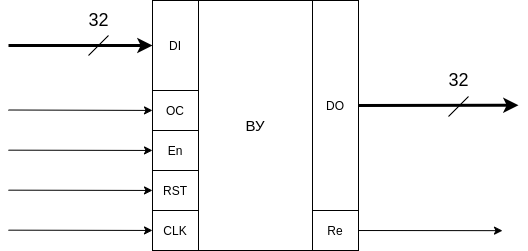
denilai/Latex keeps this draw.io diagram as Работы/Automata theory/images/course_interface.png. Above is the earlier version. Source tidied: cells renumbered, new cells last; positions are measured from the earlier drawing's top-left corner, leaving out a move shared by most shapes. Source of this version:
```xml
<mxGraphModel>
  <root>
    <mxCell id="0" />
    <mxCell id="1" parent="0" />
    <mxCell id="2" value="&lt;font style=&quot;font-size: 15px&quot;&gt;ВУ&lt;/font&gt;" style="rounded=0;whiteSpace=wrap;html=1;strokeWidth=1;" parent="1" vertex="1">
      <mxGeometry x="144" width="206" height="250" as="geometry" />
    </mxCell>
    <mxCell id="3" value="DI" style="rounded=0;whiteSpace=wrap;html=1;strokeWidth=1;" parent="1" vertex="1">
      <mxGeometry x="144" width="46" height="90" as="geometry" />
    </mxCell>
    <mxCell id="4" value="OC" style="rounded=0;whiteSpace=wrap;html=1;strokeWidth=1;" parent="1" vertex="1">
      <mxGeometry x="144" y="90" width="46" height="40" as="geometry" />
    </mxCell>
    <mxCell id="5" value="En" style="rounded=0;whiteSpace=wrap;html=1;strokeWidth=1;" parent="1" vertex="1">
      <mxGeometry x="144" y="130" width="46" height="40" as="geometry" />
    </mxCell>
    <mxCell id="6" value="RST" style="rounded=0;whiteSpace=wrap;html=1;strokeWidth=1;" parent="1" vertex="1">
      <mxGeometry x="144" y="170" width="46" height="40" as="geometry" />
    </mxCell>
    <mxCell id="7" value="CLK" style="rounded=0;whiteSpace=wrap;html=1;strokeWidth=1;" parent="1" vertex="1">
      <mxGeometry x="144" y="210" width="46" height="40" as="geometry" />
    </mxCell>
    <mxCell id="8" value="DO" style="rounded=0;whiteSpace=wrap;html=1;strokeWidth=1;" parent="1" vertex="1">
      <mxGeometry x="304" width="46" height="210" as="geometry" />
    </mxCell>
    <mxCell id="9" value="Re" style="rounded=0;whiteSpace=wrap;html=1;strokeWidth=1;" parent="1" vertex="1">
      <mxGeometry x="304" y="210" width="46" height="40" as="geometry" />
    </mxCell>
    <mxCell id="10" style="endArrow=classic;html=1;entryX=0;entryY=0.5;entryDx=0;entryDy=0;strokeWidth=3;" parent="1" edge="1" target="3">
      <mxGeometry relative="1" as="geometry">
        <mxPoint y="45" as="sourcePoint" />
      </mxGeometry>
    </mxCell>
    <mxCell id="11" style="endArrow=none;html=1;" parent="1" edge="1">
      <mxGeometry relative="1" as="geometry">
        <mxPoint x="80" y="55" as="sourcePoint" />
        <mxPoint x="100" y="35" as="targetPoint" />
      </mxGeometry>
    </mxCell>
    <mxCell id="12" value="&lt;font style=&quot;font-size: 18px&quot;&gt;32&lt;/font&gt;" style="text;html=1;align=center;verticalAlign=middle;strokeColor=none;" parent="1" vertex="1">
      <mxGeometry x="70" y="10" width="40" height="20" as="geometry" />
    </mxCell>
    <mxCell id="13" style="endArrow=classic;html=1;exitX=1;exitY=0.5;exitDx=0;exitDy=0;strokeWidth=3;" parent="1" edge="1" source="8">
      <mxGeometry relative="1" as="geometry">
        <mxPoint x="510" y="104.7" as="targetPoint" />
      </mxGeometry>
    </mxCell>
    <mxCell id="14" style="endArrow=none;html=1;" parent="1" edge="1">
      <mxGeometry relative="1" as="geometry">
        <mxPoint x="440" y="116" as="sourcePoint" />
        <mxPoint x="460" y="96" as="targetPoint" />
      </mxGeometry>
    </mxCell>
    <mxCell id="15" value="&lt;font style=&quot;font-size: 18px&quot;&gt;32&lt;/font&gt;" style="text;html=1;align=center;verticalAlign=middle;strokeColor=none;" parent="1" vertex="1">
      <mxGeometry x="430" y="70" width="40" height="20" as="geometry" />
    </mxCell>
    <mxCell id="16" style="endArrow=classic;html=1;" parent="1" edge="1" target="4">
      <mxGeometry relative="1" as="geometry">
        <mxPoint y="109.5" as="sourcePoint" />
      </mxGeometry>
    </mxCell>
    <mxCell id="17" style="endArrow=classic;html=1;" parent="1" edge="1" target="5">
      <mxGeometry relative="1" as="geometry">
        <mxPoint y="149.7" as="sourcePoint" />
      </mxGeometry>
    </mxCell>
    <mxCell id="18" style="endArrow=classic;html=1;" parent="1" edge="1" target="6">
      <mxGeometry relative="1" as="geometry">
        <mxPoint y="189.7" as="sourcePoint" />
      </mxGeometry>
    </mxCell>
    <mxCell id="19" style="endArrow=classic;html=1;" parent="1" edge="1" target="7">
      <mxGeometry relative="1" as="geometry">
        <mxPoint y="229.7" as="sourcePoint" />
      </mxGeometry>
    </mxCell>
    <mxCell id="20" style="endArrow=classic;html=1;entryX=0;entryY=0.5;entryDx=0;entryDy=0;" parent="1" edge="1" source="9">
      <mxGeometry relative="1" as="geometry">
        <mxPoint x="494" y="230.2" as="targetPoint" />
      </mxGeometry>
    </mxCell>
  </root>
</mxGraphModel>
```
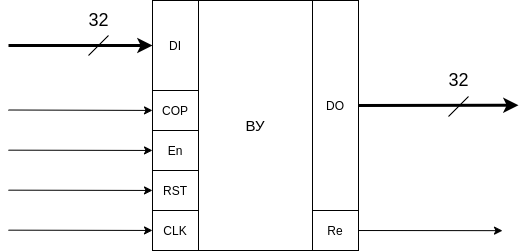
The same diagram one commit later.

Commit message:
Course Work after teacher comments. Joined algorithm, scheme

What changed in the source:
```diff
@@ -8,7 +8,7 @@
     <mxCell id="3" value="DI" style="rounded=0;whiteSpace=wrap;html=1;strokeWidth=1;" parent="1" vertex="1">
       <mxGeometry x="144" width="46" height="90" as="geometry" />
     </mxCell>
-    <mxCell id="4" value="OC" style="rounded=0;whiteSpace=wrap;html=1;strokeWidth=1;" parent="1" vertex="1">
+    <mxCell id="4" value="COP" style="rounded=0;whiteSpace=wrap;html=1;strokeWidth=1;" parent="1" vertex="1">
       <mxGeometry x="144" y="90" width="46" height="40" as="geometry" />
     </mxCell>
     <mxCell id="5" value="En" style="rounded=0;whiteSpace=wrap;html=1;strokeWidth=1;" parent="1" vertex="1">
```
